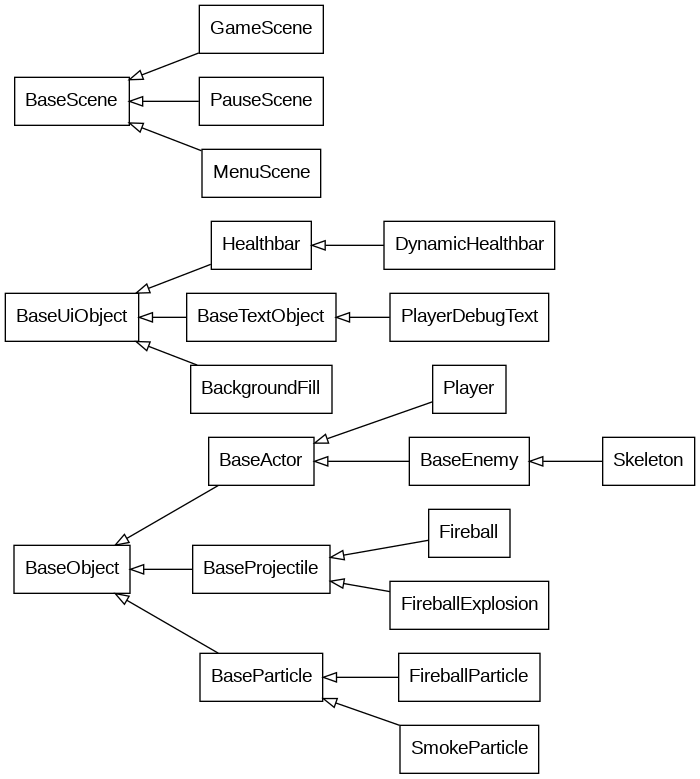
Earlier version of the Graphviz export inheritance.gv.png (lachfoy/2dgameABANDONED). Its source is kept beside it as inheritance.gv. Its diagram source:
```dot
digraph inheritance {
    rankdir="LR"
    node [shape=box fontname="Helvetica,Arial,sans-serif"]
    edge [dir=back arrowtail=empty]

    subgraph objects {
        BaseObject->{BaseActor, BaseProjectile, BaseParticle}
        BaseActor->{Player, BaseEnemy}
        BaseProjectile->{Fireball, FireballExplosion}
        BaseParticle->{FireballParticle, SmokeParticle}
        BaseEnemy->Skeleton
    }

    subgraph uiObjects {
        BaseUiObject->{Healthbar, BaseTextObject, BackgroundFill}
        Healthbar->DynamicHealthbar
        BaseTextObject->PlayerDebugText
    }

    subgraph scenes {
        BaseScene->{GameScene, PauseScene, MenuScene}
    }
}

```
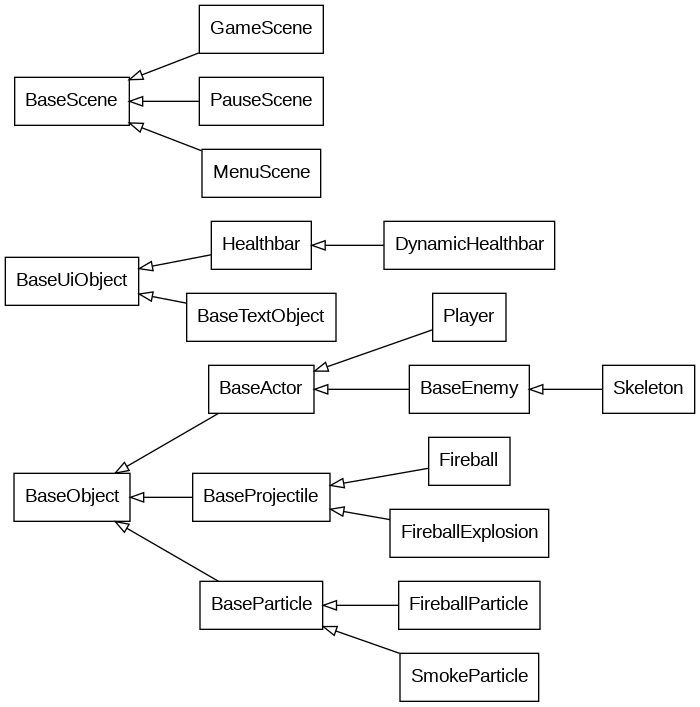
Later version of the same file.

What changed in the source:
```diff
@@ -12,9 +12,8 @@
     }
 
     subgraph uiObjects {
-        BaseUiObject->{Healthbar, BaseTextObject, BackgroundFill}
+        BaseUiObject->{Healthbar, BaseTextObject}
         Healthbar->DynamicHealthbar
-        BaseTextObject->PlayerDebugText
     }
 
     subgraph scenes {
```
